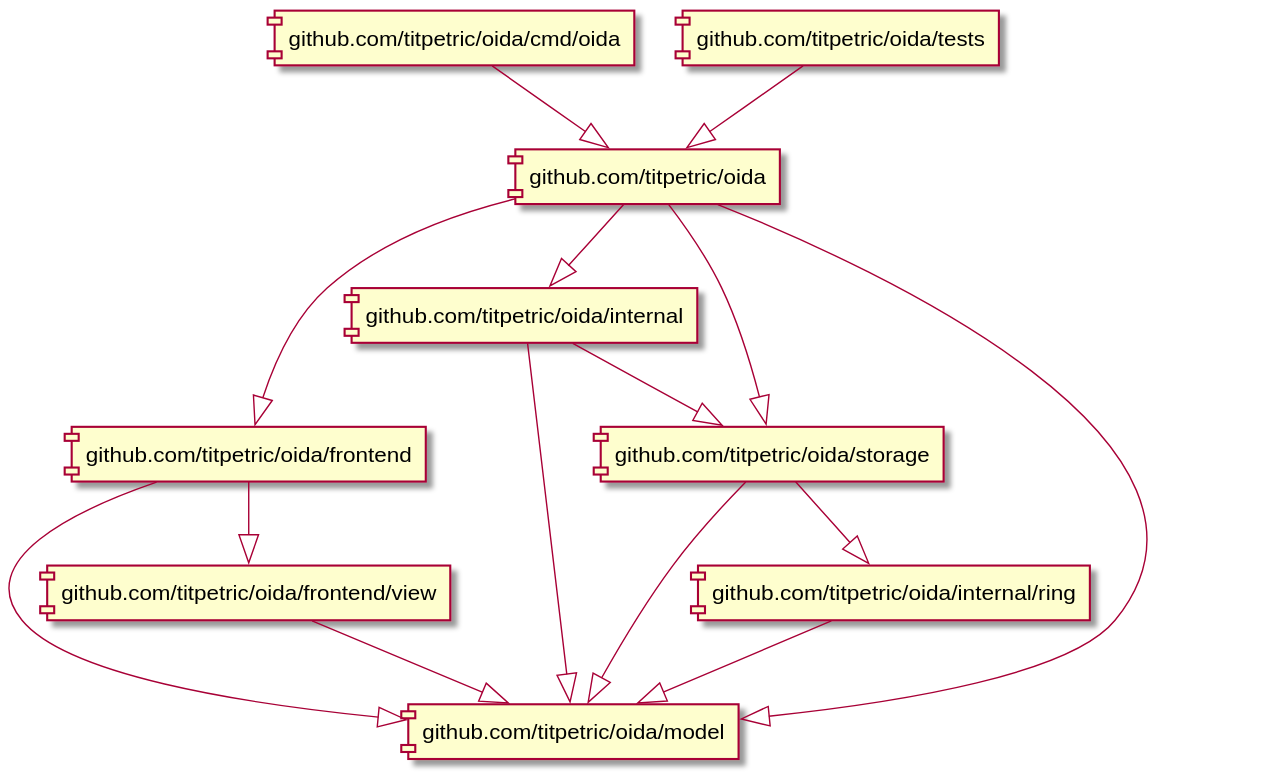
This is docs/assets/imports.svg from titpetric/oida, a PlantUML export, as it was before one commit.
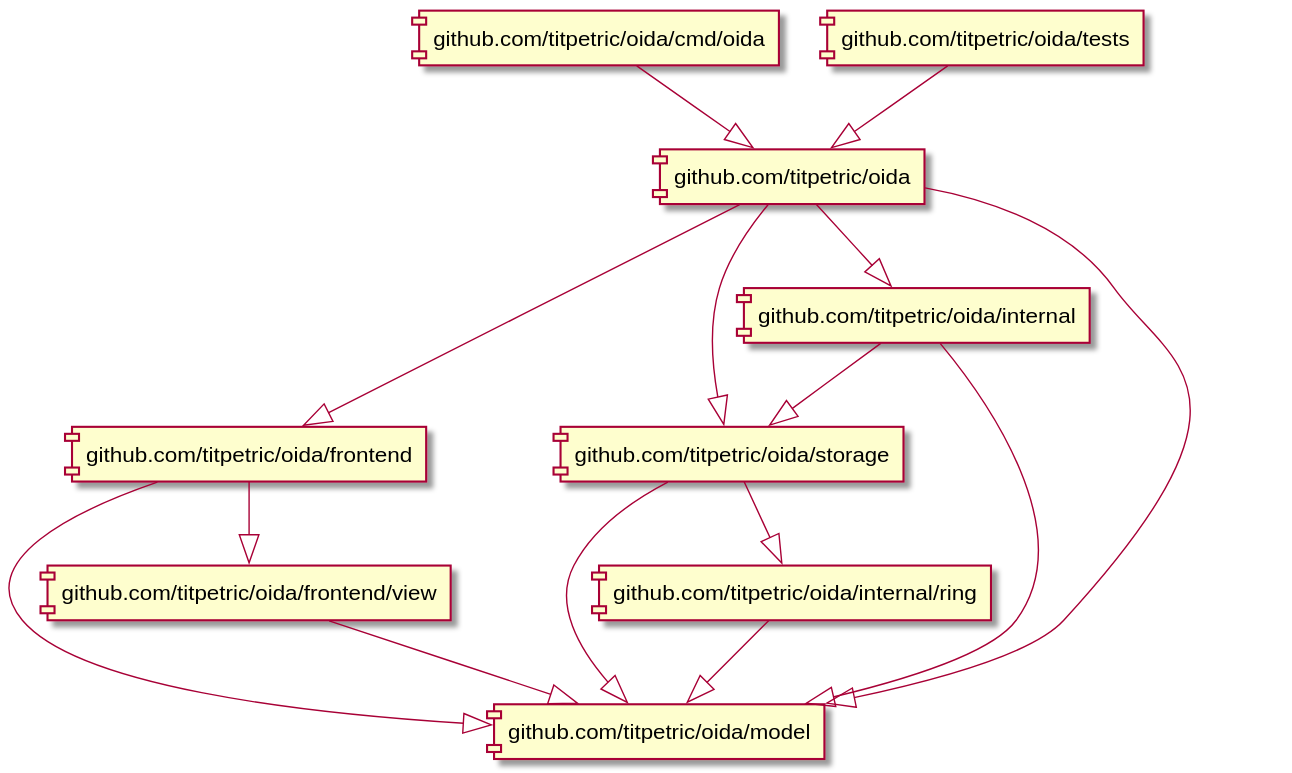
Above is the later version.

What changed in the source:
```diff
@@ -1,8 +1,8 @@
 @startuml
+[github.com/titpetric/oida] --|> [github.com/titpetric/oida/storage]
 [github.com/titpetric/oida] --|> [github.com/titpetric/oida/frontend]
+[github.com/titpetric/oida] --|> [github.com/titpetric/oida/model]
 [github.com/titpetric/oida] --|> [github.com/titpetric/oida/internal]
-[github.com/titpetric/oida] --|> [github.com/titpetric/oida/model]
-[github.com/titpetric/oida] --|> [github.com/titpetric/oida/storage]
 [github.com/titpetric/oida/cmd/oida] --|> [github.com/titpetric/oida]
 [github.com/titpetric/oida/frontend] --|> [github.com/titpetric/oida/frontend/view]
 [github.com/titpetric/oida/frontend] --|> [github.com/titpetric/oida/model]
```
